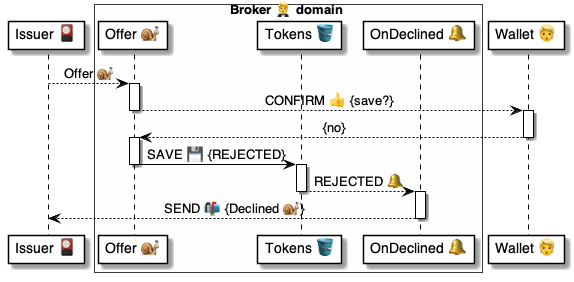
Above: 4 ⚙️ Solution/20 🧑‍🦰 UI/Brokers 🤵/🤵🪣 Broker tables/Tokens 🎫 table/🪣🔔 3 Declined/🤵 OnTokenDeclined ⚙️ uml.png in pollyweb-org/pollyweb-docs (PlantUML), before the change. Its source is kept beside it as 4 ⚙️ Solution/20 🧑‍🦰 UI/Brokers 🤵/🤵🪣 Broker tables/Tokens 🎫 table/🪣🔔 3 Declined/🤵 OnTokenDeclined ⚙️ uml.puml.
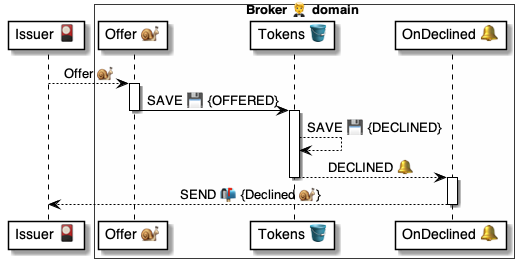
After the commit.

Change to the diagram source:
```diff
@@ -8,24 +8,16 @@
     participant "OnDeclined 🔔" as change
 end box
 
-participant "Wallet 👱" as wallet
 
 issuer --> script: Offer 🐌
 
 activate script
-    script --> wallet: CONFIRM 👍 {save?}
-deactivate script
-
-activate wallet
-    wallet --> script: {no}
-deactivate wallet
-
-activate script
-    script -> tokens: SAVE 💾 {REJECTED}
+    script -> tokens: SAVE 💾 {OFFERED}
 deactivate script
 
 activate tokens
-    tokens --> change: REJECTED 🔔
+    tokens --> tokens: SAVE 💾 {DECLINED}
+    tokens --> change: DECLINED 🔔
 deactivate tokens
 
 activate change
```
